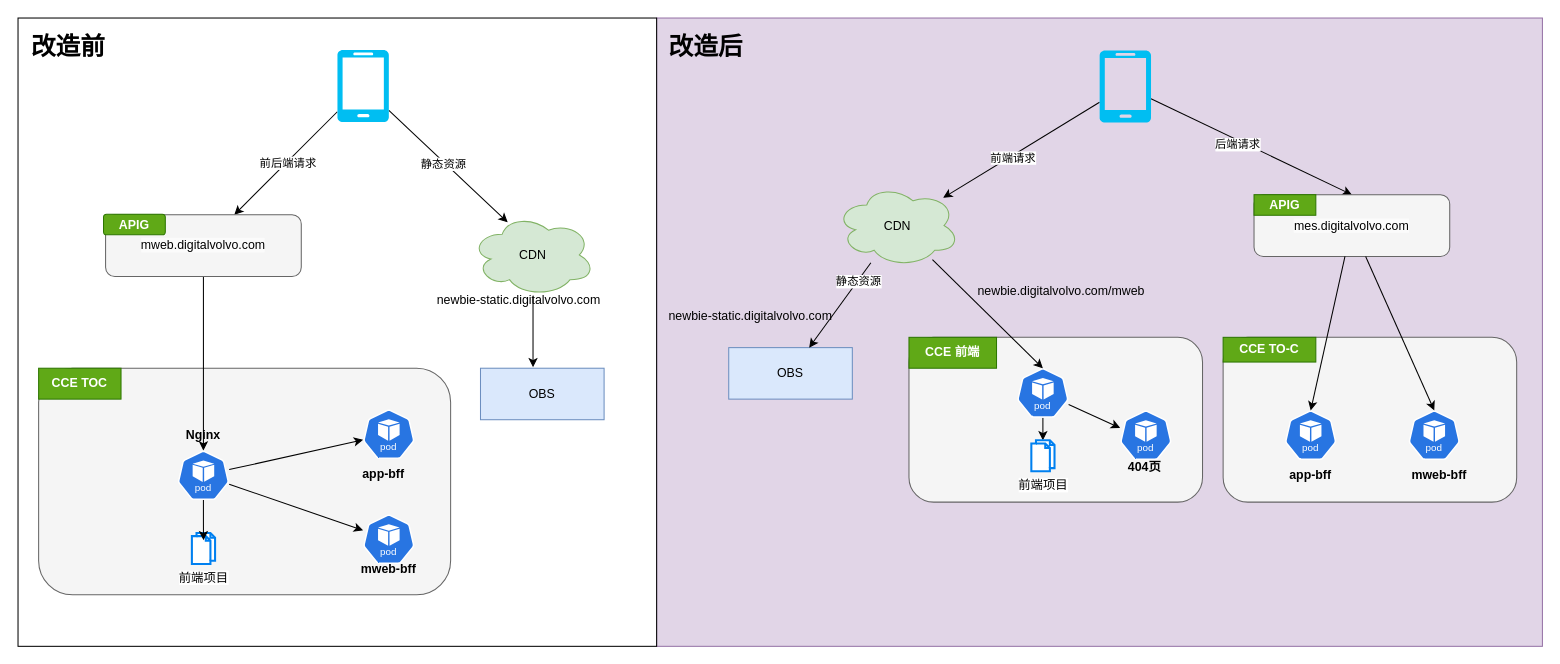
Earlier version of the draw.io diagram 前端改造.drawio (463024907/draw.io). Source tidied: cells renumbered, new cells numbered last; positions are measured from the earlier drawing's top-left corner, leaving out a move shared by most shapes. Both pictures are drawn from the tidied source at 103%, with x=0, y=0 at pixel (18, 18).
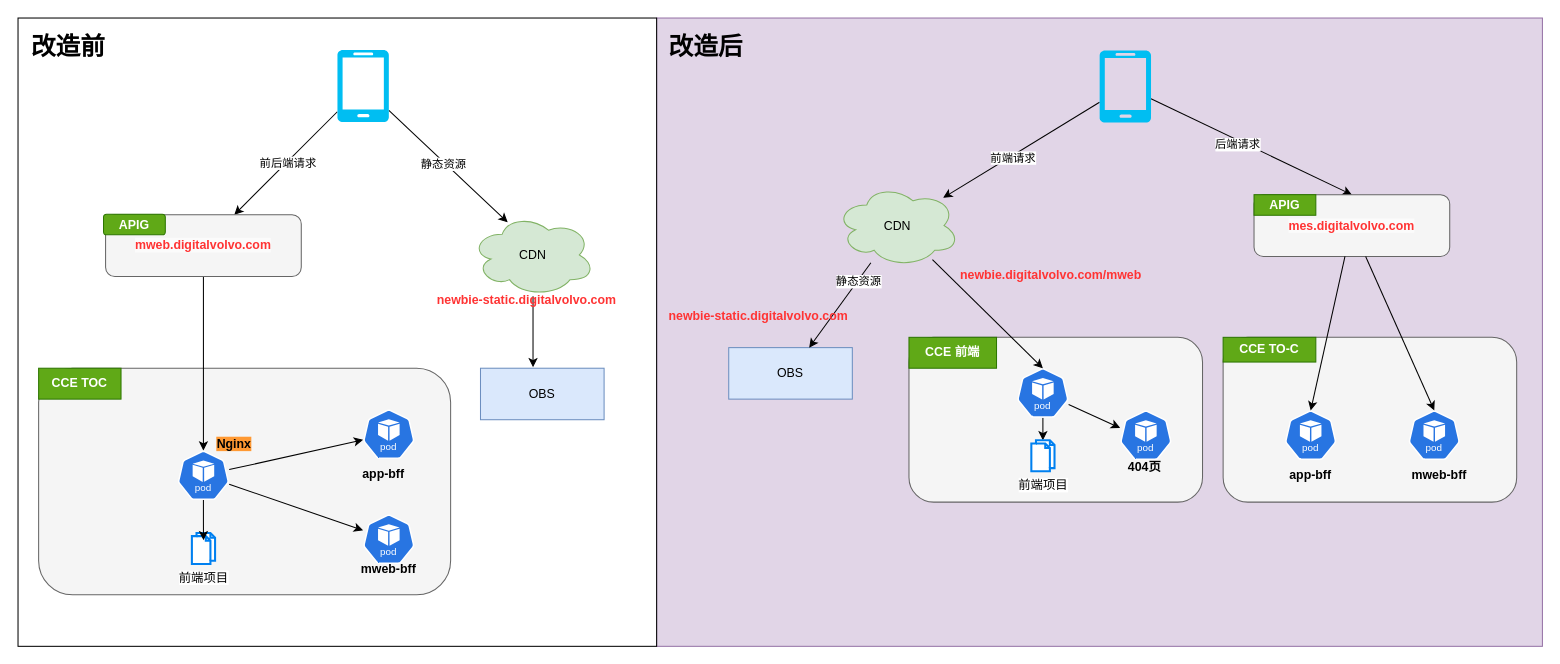
The same page after the edit.

Diff of the diagram source:
```diff
@@
-    <mxCell id="11" value="&lt;span style=&quot;color: rgb(0, 0, 0); font-family: Helvetica; font-size: 12px; font-style: normal; font-variant-ligatures: normal; font-variant-caps: normal; font-weight: 400; letter-spacing: normal; orphans: 2; text-align: center; text-indent: 0px; text-transform: none; widows: 2; word-spacing: 0px; -webkit-text-stroke-width: 0px; white-space: normal; background-color: rgb(251, 251, 251); text-decoration-thickness: initial; text-decoration-style: initial; text-decoration-color: initial; display: inline !important; float: none;&quot;&gt;mweb.digitalvolvo.com&lt;/span&gt;" style="rounded=1;whiteSpace=wrap;html=1;fillColor=#f5f5f5;fontColor=#333333;strokeColor=#666666;" parent="1" vertex="1">
+    <mxCell id="11" value="&lt;span style=&quot;font-family: Helvetica; font-size: 12px; font-style: normal; font-variant-ligatures: normal; font-variant-caps: normal; letter-spacing: normal; orphans: 2; text-align: center; text-indent: 0px; text-transform: none; widows: 2; word-spacing: 0px; -webkit-text-stroke-width: 0px; white-space: normal; background-color: rgb(251, 251, 251); text-decoration-thickness: initial; text-decoration-style: initial; text-decoration-color: initial; float: none; display: inline !important;&quot;&gt;&lt;b style=&quot;&quot;&gt;&lt;font color=&quot;#ff3333&quot;&gt;mweb.digitalvolvo.com&lt;/font&gt;&lt;/b&gt;&lt;/span&gt;" style="rounded=1;whiteSpace=wrap;html=1;fillColor=#f5f5f5;fontColor=#333333;strokeColor=#666666;" parent="1" vertex="1">
       <mxGeometry x="85" y="191" width="190" height="60" as="geometry" />
     </mxCell>
@@
-    <mxCell id="19" value="&lt;b&gt;Nginx&lt;/b&gt;" style="text;html=1;align=center;verticalAlign=middle;whiteSpace=wrap;rounded=0;" parent="1" vertex="1">
-      <mxGeometry x="150" y="390" width="60" height="30" as="geometry" />
+    <mxCell id="19" value="&lt;b style=&quot;background-color: rgb(255, 153, 51);&quot;&gt;Nginx&lt;/b&gt;" style="text;html=1;align=center;verticalAlign=middle;whiteSpace=wrap;rounded=0;" parent="1" vertex="1">
+      <mxGeometry x="180" y="399" width="60" height="30" as="geometry" />
     </mxCell>
@@
-    <mxCell id="36" value="newbie-static.digitalvolvo.com" style="text;whiteSpace=wrap;" parent="1" vertex="1">
+    <mxCell id="36" value="newbie-static.digitalvolvo.com" style="text;whiteSpace=wrap;fontStyle=1;fontColor=#FF3333;" parent="1" vertex="1">
       <mxGeometry x="405" y="260" width="190" height="40" as="geometry" />
     </mxCell>
-    <mxCell id="37" value="newbie-static.digitalvolvo.com" style="text;whiteSpace=wrap;" parent="1" vertex="1">
+    <mxCell id="37" value="newbie-static.digitalvolvo.com" style="text;whiteSpace=wrap;fontColor=#FF3333;fontStyle=1;" parent="1" vertex="1">
       <mxGeometry x="630" y="276" width="190" height="40" as="geometry" />
     </mxCell>
@@
-    <mxCell id="43" value="newbie.digitalvolvo.com/mweb" style="text;whiteSpace=wrap;" parent="1" vertex="1">
-      <mxGeometry x="930" y="251" width="190" height="40" as="geometry" />
+    <mxCell id="43" value="newbie.digitalvolvo.com/mweb" style="text;whiteSpace=wrap;fontColor=#FF3333;fontStyle=1;" parent="1" vertex="1">
+      <mxGeometry x="912.5" y="236" width="190" height="40" as="geometry" />
     </mxCell>
@@
-    <mxCell id="48" value="&lt;span style=&quot;color: rgb(0, 0, 0); font-family: Helvetica; font-size: 12px; font-style: normal; font-variant-ligatures: normal; font-variant-caps: normal; font-weight: 400; letter-spacing: normal; orphans: 2; text-align: center; text-indent: 0px; text-transform: none; widows: 2; word-spacing: 0px; -webkit-text-stroke-width: 0px; white-space: normal; background-color: rgb(251, 251, 251); text-decoration-thickness: initial; text-decoration-style: initial; text-decoration-color: initial; display: inline !important; float: none;&quot;&gt;mes.digitalvolvo.com&lt;/span&gt;" style="rounded=1;whiteSpace=wrap;html=1;fillColor=#f5f5f5;fontColor=#333333;strokeColor=#666666;" parent="1" vertex="1">
+    <mxCell id="48" value="&lt;span style=&quot;font-family: Helvetica; font-size: 12px; font-style: normal; font-variant-ligatures: normal; font-variant-caps: normal; letter-spacing: normal; orphans: 2; text-align: center; text-indent: 0px; text-transform: none; widows: 2; word-spacing: 0px; -webkit-text-stroke-width: 0px; white-space: normal; background-color: rgb(251, 251, 251); text-decoration-thickness: initial; text-decoration-style: initial; text-decoration-color: initial; float: none; display: inline !important;&quot;&gt;&lt;b style=&quot;&quot;&gt;&lt;font color=&quot;#ff3333&quot;&gt;mes.digitalvolvo.com&lt;/font&gt;&lt;/b&gt;&lt;/span&gt;" style="rounded=1;whiteSpace=wrap;html=1;fillColor=#f5f5f5;fontColor=#333333;strokeColor=#666666;" parent="1" vertex="1">
       <mxGeometry x="1200" y="171.5" width="190" height="60" as="geometry" />
     </mxCell>
```
